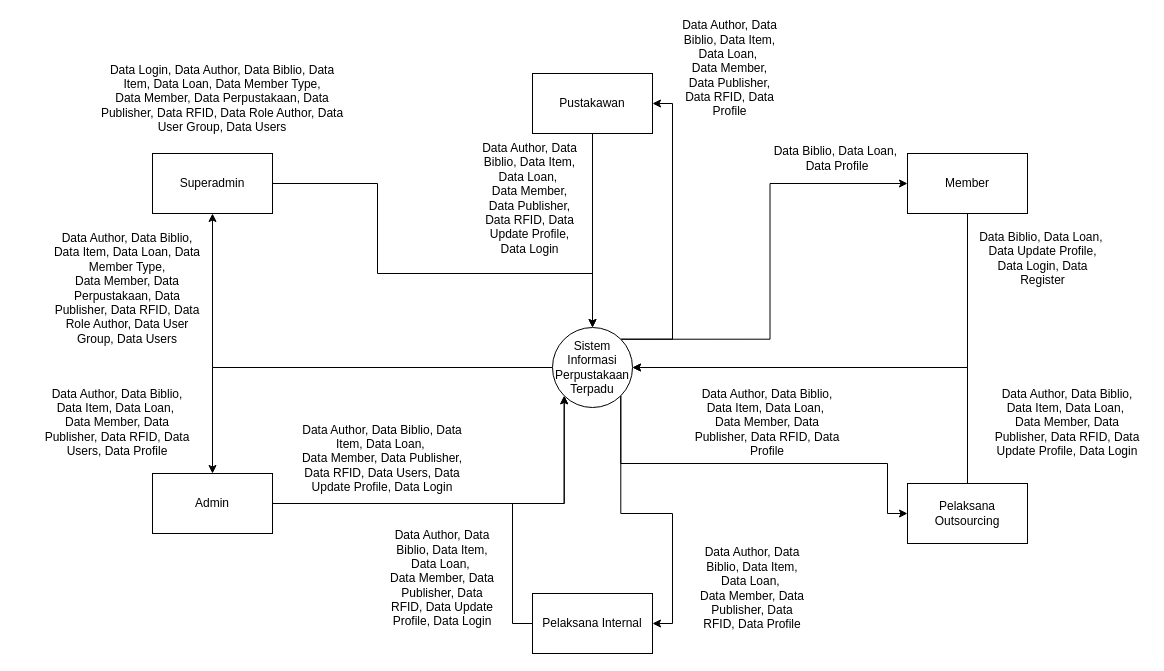
Earlier version of the draw.io diagram page "DFD Level 0" (1 of 2) of Sistem Informasi Perpustakaan Terpadu/Diagram Tanpa Judul.drawio (umarshd/dfd-skripsi). Source tidied: cells renumbered, new cells numbered last; positions are measured from the earlier drawing's top-left corner, leaving out a move shared by most shapes. Both pictures are drawn from the tidied source at 100%, with x=0, y=0 at pixel (37, 53).
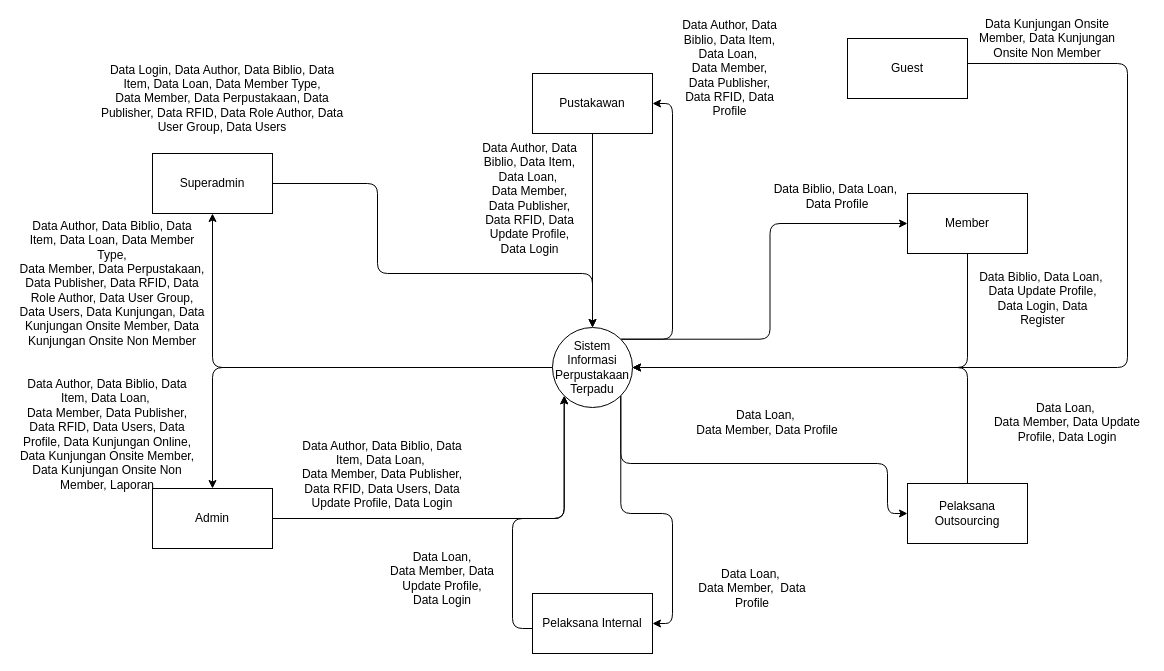
The same diagram, later.

The change refers to these unchanged cells:
```xml
<mxCell id="8" value="Sistem Informasi Perpustakaan Terpadu" style="ellipse;whiteSpace=wrap;html=1;" parent="1" vertex="1">
  <mxGeometry x="515" y="274" width="80" height="80" as="geometry" />
</mxCell>
<mxCell id="10" value="Superadmin" style="rounded=0;whiteSpace=wrap;html=1;" parent="1" vertex="1">
  <mxGeometry x="115" y="100" width="120" height="60" as="geometry" />
</mxCell>
<mxCell id="14" value="Pustakawan" style="rounded=0;whiteSpace=wrap;html=1;" parent="1" vertex="1">
  <mxGeometry x="495" y="20" width="120" height="60" as="geometry" />
</mxCell>
<mxCell id="18" value="Pelaksana Outsourcing" style="rounded=0;whiteSpace=wrap;html=1;" parent="1" vertex="1">
  <mxGeometry x="870" y="430" width="120" height="60" as="geometry" />
</mxCell>
<mxCell id="20" value="Pelaksana Internal" style="rounded=0;whiteSpace=wrap;html=1;" parent="1" vertex="1">
  <mxGeometry x="495" y="540" width="120" height="60" as="geometry" />
</mxCell>
```

The edit, as a diff of the source:
```diff
@@
-    <mxCell id="2" style="edgeStyle=orthogonalEdgeStyle;rounded=0;jettySize=auto;html=1;entryX=0.5;entryY=1;entryDx=0;entryDy=0;" parent="1" edge="1" source="8" target="10">
+    <mxCell id="2" style="edgeStyle=orthogonalEdgeStyle;rounded=1;jettySize=auto;html=1;entryX=0.5;entryY=1;entryDx=0;entryDy=0;" parent="1" edge="1" source="8" target="10">
       <mxGeometry relative="1" as="geometry" />
     </mxCell>
-    <mxCell id="3" style="edgeStyle=orthogonalEdgeStyle;rounded=0;jettySize=auto;html=1;" parent="1" edge="1" source="8" target="12">
+    <mxCell id="3" style="edgeStyle=orthogonalEdgeStyle;rounded=1;jettySize=auto;html=1;" parent="1" edge="1" source="8" target="12">
       <mxGeometry relative="1" as="geometry" />
     </mxCell>
-    <mxCell id="4" style="edgeStyle=orthogonalEdgeStyle;rounded=0;jettySize=auto;html=1;exitX=1;exitY=0;exitDx=0;exitDy=0;entryX=1;entryY=0.5;entryDx=0;entryDy=0;" parent="1" edge="1" source="8" target="14">
+    <mxCell id="4" style="edgeStyle=orthogonalEdgeStyle;rounded=1;jettySize=auto;html=1;exitX=1;exitY=0;exitDx=0;exitDy=0;entryX=1;entryY=0.5;entryDx=0;entryDy=0;" parent="1" edge="1" source="8" target="14">
       <mxGeometry relative="1" as="geometry">
         <Array as="points">
           <mxPoint x="635" y="286" />
           <mxPoint x="635" y="50" />
         </Array>
       </mxGeometry>
     </mxCell>
-    <mxCell id="5" style="edgeStyle=orthogonalEdgeStyle;rounded=0;jettySize=auto;html=1;exitX=1;exitY=0;exitDx=0;exitDy=0;entryX=0;entryY=0.5;entryDx=0;entryDy=0;" parent="1" edge="1" source="8" target="16">
+    <mxCell id="5" style="edgeStyle=orthogonalEdgeStyle;rounded=1;jettySize=auto;html=1;exitX=1;exitY=0;exitDx=0;exitDy=0;entryX=0;entryY=0.5;entryDx=0;entryDy=0;" parent="1" edge="1" source="8" target="16">
       <mxGeometry relative="1" as="geometry" />
     </mxCell>
-    <mxCell id="6" style="edgeStyle=orthogonalEdgeStyle;rounded=0;jettySize=auto;html=1;exitX=1;exitY=1;exitDx=0;exitDy=0;entryX=0;entryY=0.5;entryDx=0;entryDy=0;" parent="1" edge="1" source="8" target="18">
+    <mxCell id="6" style="edgeStyle=orthogonalEdgeStyle;rounded=1;jettySize=auto;html=1;exitX=1;exitY=1;exitDx=0;exitDy=0;entryX=0;entryY=0.5;entryDx=0;entryDy=0;" parent="1" edge="1" source="8" target="18">
       <mxGeometry relative="1" as="geometry">
         <Array as="points">
           <mxPoint x="583" y="410" />
           <mxPoint x="850" y="410" />
           <mxPoint x="850" y="460" />
         </Array>
       </mxGeometry>
     </mxCell>
-    <mxCell id="7" style="edgeStyle=orthogonalEdgeStyle;rounded=0;jettySize=auto;html=1;exitX=1;exitY=1;exitDx=0;exitDy=0;entryX=1;entryY=0.5;entryDx=0;entryDy=0;" parent="1" edge="1" source="8" target="20">
+    <mxCell id="7" style="edgeStyle=orthogonalEdgeStyle;rounded=1;jettySize=auto;html=1;exitX=1;exitY=1;exitDx=0;exitDy=0;entryX=1;entryY=0.5;entryDx=0;entryDy=0;" parent="1" edge="1" source="8" target="20">
       <mxGeometry relative="1" as="geometry">
         <Array as="points">
           <mxPoint x="583" y="460" />
           <mxPoint x="635" y="460" />
           <mxPoint x="635" y="570" />
         </Array>
       </mxGeometry>
     </mxCell>
@@
-    <mxCell id="9" style="edgeStyle=orthogonalEdgeStyle;rounded=0;jettySize=auto;html=1;exitX=1;exitY=0.5;exitDx=0;exitDy=0;" parent="1" edge="1" source="10" target="8">
+    <mxCell id="9" style="edgeStyle=orthogonalEdgeStyle;rounded=1;jettySize=auto;html=1;exitX=1;exitY=0.5;exitDx=0;exitDy=0;" parent="1" edge="1" source="10" target="8">
       <mxGeometry relative="1" as="geometry">
         <Array as="points">
           <mxPoint x="340" y="130" />
           <mxPoint x="340" y="220" />
           <mxPoint x="555" y="220" />
         </Array>
       </mxGeometry>
     </mxCell>
@@
-    <mxCell id="11" style="edgeStyle=orthogonalEdgeStyle;rounded=0;jettySize=auto;html=1;entryX=0;entryY=1;entryDx=0;entryDy=0;" parent="1" edge="1" source="12" target="8">
+    <mxCell id="11" style="edgeStyle=orthogonalEdgeStyle;rounded=1;jettySize=auto;html=1;entryX=0;entryY=1;entryDx=0;entryDy=0;" parent="1" edge="1" source="12" target="8">
       <mxGeometry relative="1" as="geometry" />
     </mxCell>
     <mxCell id="12" value="Admin" style="rounded=0;whiteSpace=wrap;html=1;" parent="1" vertex="1">
-      <mxGeometry x="115" y="420" width="120" height="60" as="geometry" />
+      <mxGeometry x="115" y="435" width="120" height="60" as="geometry" />
     </mxCell>
-    <mxCell id="13" style="edgeStyle=orthogonalEdgeStyle;rounded=0;jettySize=auto;html=1;" parent="1" edge="1" source="14" target="8">
+    <mxCell id="13" style="edgeStyle=orthogonalEdgeStyle;rounded=1;jettySize=auto;html=1;" parent="1" edge="1" source="14" target="8">
       <mxGeometry relative="1" as="geometry" />
     </mxCell>
@@
-    <mxCell id="15" style="edgeStyle=orthogonalEdgeStyle;rounded=0;jettySize=auto;html=1;entryX=1;entryY=0.5;entryDx=0;entryDy=0;" parent="1" edge="1" source="16" target="8">
+    <mxCell id="15" style="edgeStyle=orthogonalEdgeStyle;rounded=1;jettySize=auto;html=1;entryX=1;entryY=0.5;entryDx=0;entryDy=0;" parent="1" edge="1" source="16" target="8">
       <mxGeometry relative="1" as="geometry">
         <Array as="points">
           <mxPoint x="930" y="314" />
         </Array>
       </mxGeometry>
     </mxCell>
     <mxCell id="16" value="Member" style="rounded=0;whiteSpace=wrap;html=1;" parent="1" vertex="1">
-      <mxGeometry x="870" y="100" width="120" height="60" as="geometry" />
+      <mxGeometry x="870" y="140" width="120" height="60" as="geometry" />
     </mxCell>
-    <mxCell id="17" style="edgeStyle=orthogonalEdgeStyle;rounded=0;jettySize=auto;html=1;entryX=1;entryY=0.5;entryDx=0;entryDy=0;" parent="1" edge="1" source="18" target="8">
+    <mxCell id="17" style="edgeStyle=orthogonalEdgeStyle;rounded=1;jettySize=auto;html=1;entryX=1;entryY=0.5;entryDx=0;entryDy=0;" parent="1" edge="1" source="18" target="8">
       <mxGeometry relative="1" as="geometry">
         <Array as="points">
           <mxPoint x="930" y="314" />
         </Array>
       </mxGeometry>
     </mxCell>
@@
-    <mxCell id="19" style="edgeStyle=orthogonalEdgeStyle;rounded=0;jettySize=auto;html=1;entryX=0;entryY=1;entryDx=0;entryDy=0;exitX=0;exitY=0.5;exitDx=0;exitDy=0;" parent="1" edge="1" source="20" target="8">
+    <mxCell id="19" style="edgeStyle=orthogonalEdgeStyle;rounded=1;jettySize=auto;html=1;entryX=0;entryY=1;entryDx=0;entryDy=0;exitX=0;exitY=0.5;exitDx=0;exitDy=0;" parent="1" edge="1" target="8">
       <mxGeometry relative="1" as="geometry">
+        <mxPoint x="495" y="575" as="sourcePoint" />
         <Array as="points">
-          <mxPoint x="475" y="570" />
-          <mxPoint x="475" y="450" />
-          <mxPoint x="527" y="450" />
+          <mxPoint x="475" y="575" />
+          <mxPoint x="475" y="465" />
+          <mxPoint x="527" y="465" />
         </Array>
       </mxGeometry>
     </mxCell>
@@
     <mxCell id="22" value="Data Author, Data Biblio, Data Item, Data Loan,&amp;nbsp;&lt;br&gt;Data Member, Data Publisher, Data RFID, Data Users, Data Update Profile, Data Login" style="text;html=1;strokeColor=none;fillColor=none;align=center;verticalAlign=middle;whiteSpace=wrap;rounded=0;" parent="1" vertex="1">
-      <mxGeometry x="250" y="390" width="190" height="30" as="geometry" />
+      <mxGeometry x="250" y="406" width="190" height="30" as="geometry" />
     </mxCell>
@@
-    <mxCell id="24" value="Data Author, Data Biblio, Data Item, Data Loan,&amp;nbsp;&lt;br&gt;Data Member, Data Publisher, Data RFID, Data Update Profile, Data Login" style="text;html=1;strokeColor=none;fillColor=none;align=center;verticalAlign=middle;whiteSpace=wrap;rounded=0;" parent="1" vertex="1">
+    <mxCell id="24" value="Data Loan,&amp;nbsp;&lt;br&gt;Data Member, Data Update Profile, Data Login" style="text;html=1;strokeColor=none;fillColor=none;align=center;verticalAlign=middle;whiteSpace=wrap;rounded=0;" parent="1" vertex="1">
       <mxGeometry x="950" y="354" width="160" height="30" as="geometry" />
     </mxCell>
-    <mxCell id="25" value="Data Author, Data Biblio, Data Item, Data Loan,&amp;nbsp;&lt;br&gt;Data Member, Data Publisher, Data RFID, Data Update Profile, Data Login" style="text;html=1;strokeColor=none;fillColor=none;align=center;verticalAlign=middle;whiteSpace=wrap;rounded=0;" parent="1" vertex="1">
+    <mxCell id="25" value="&amp;nbsp;Data Loan,&amp;nbsp;&lt;br&gt;Data Member, Data Update Profile, Data Login" style="text;html=1;strokeColor=none;fillColor=none;align=center;verticalAlign=middle;whiteSpace=wrap;rounded=0;" parent="1" vertex="1">
       <mxGeometry x="350" y="510" width="110" height="30" as="geometry" />
     </mxCell>
     <mxCell id="26" value="Data Biblio, Data Loan,&amp;nbsp;&lt;br&gt;Data Update Profile, Data Login, Data Register" style="text;html=1;strokeColor=none;fillColor=none;align=center;verticalAlign=middle;whiteSpace=wrap;rounded=0;" parent="1" vertex="1">
-      <mxGeometry x="940" y="190" width="131" height="30" as="geometry" />
+      <mxGeometry x="940" y="230" width="131" height="30" as="geometry" />
     </mxCell>
     <mxCell id="27" value="Data Biblio, Data Loan,&amp;nbsp;&lt;br&gt;Data Profile" style="text;html=1;strokeColor=none;fillColor=none;align=center;verticalAlign=middle;whiteSpace=wrap;rounded=0;" parent="1" vertex="1">
-      <mxGeometry x="730" y="90" width="140" height="30" as="geometry" />
+      <mxGeometry x="730" y="128" width="140" height="30" as="geometry" />
     </mxCell>
-    <mxCell id="28" value="Data Author, Data Biblio, Data Item, Data Loan, Data Member Type,&lt;br&gt;Data Member, Data Perpustakaan, Data Publisher, Data RFID, Data Role Author, Data User Group, Data Users" style="text;html=1;strokeColor=none;fillColor=none;align=center;verticalAlign=middle;whiteSpace=wrap;rounded=0;" parent="1" vertex="1">
-      <mxGeometry x="10" y="220" width="160" height="30" as="geometry" />
+    <mxCell id="28" value="Data Author, Data Biblio, Data Item, Data Loan, Data Member Type,&lt;br&gt;Data Member, Data Perpustakaan, Data Publisher, Data RFID, Data Role Author, Data User Group, Data Users, Data Kunjungan, Data Kunjungan Onsite Member, Data Kunjungan Onsite Non Member" style="text;html=1;strokeColor=none;fillColor=none;align=center;verticalAlign=middle;whiteSpace=wrap;rounded=0;" parent="1" vertex="1">
+      <mxGeometry x="-20" y="215" width="190" height="30" as="geometry" />
     </mxCell>
-    <mxCell id="29" value="Data Author, Data Biblio, Data Item, Data Loan,&amp;nbsp;&lt;br&gt;Data Member, Data Publisher, Data RFID, Data Users, Data Profile" style="text;html=1;strokeColor=none;fillColor=none;align=center;verticalAlign=middle;whiteSpace=wrap;rounded=0;" parent="1" vertex="1">
-      <mxGeometry y="354" width="160" height="30" as="geometry" />
+    <mxCell id="29" value="Data Author, Data Biblio, Data Item, Data Loan,&amp;nbsp;&lt;br&gt;Data Member, Data Publisher, Data RFID, Data Users, Data Profile, Data Kunjungan Online, Data Kunjungan Onsite Member, Data Kunjungan Onsite Non Member, Laporan" style="text;html=1;strokeColor=none;fillColor=none;align=center;verticalAlign=middle;whiteSpace=wrap;rounded=0;" parent="1" vertex="1">
+      <mxGeometry x="-20" y="366" width="180" height="30" as="geometry" />
     </mxCell>
-    <mxCell id="30" value="Data Author, Data Biblio, Data Item, Data Loan,&amp;nbsp;&lt;br&gt;Data Member, Data Publisher, Data RFID, Data Profile" style="text;html=1;strokeColor=none;fillColor=none;align=center;verticalAlign=middle;whiteSpace=wrap;rounded=0;" parent="1" vertex="1">
+    <mxCell id="30" value="Data Loan,&amp;nbsp;&lt;br&gt;Data Member,&amp;nbsp; Data Profile" style="text;html=1;strokeColor=none;fillColor=none;align=center;verticalAlign=middle;whiteSpace=wrap;rounded=0;" parent="1" vertex="1">
       <mxGeometry x="660" y="520" width="110" height="30" as="geometry" />
     </mxCell>
-    <mxCell id="31" value="Data Author, Data Biblio, Data Item, Data Loan,&amp;nbsp;&lt;br&gt;Data Member, Data Publisher, Data RFID, Data Profile" style="text;html=1;strokeColor=none;fillColor=none;align=center;verticalAlign=middle;whiteSpace=wrap;rounded=0;" parent="1" vertex="1">
+    <mxCell id="31" value="Data Loan,&amp;nbsp;&lt;br&gt;Data Member, Data Profile" style="text;html=1;strokeColor=none;fillColor=none;align=center;verticalAlign=middle;whiteSpace=wrap;rounded=0;" parent="1" vertex="1">
       <mxGeometry x="650" y="354" width="160" height="30" as="geometry" />
     </mxCell>
@@
+    <mxCell id="33" style="edgeStyle=orthogonalEdgeStyle;shape=connector;rounded=1;jumpStyle=arc;jumpSize=9;jettySize=auto;html=1;entryX=1;entryY=0.5;entryDx=0;entryDy=0;labelBackgroundColor=default;strokeColor=default;fontFamily=Helvetica;fontSize=11;fontColor=default;endArrow=classic;" parent="1" edge="1" source="34" target="8">
+      <mxGeometry relative="1" as="geometry">
+        <Array as="points">
+          <mxPoint x="1090" y="10" />
+          <mxPoint x="1090" y="314" />
+        </Array>
+      </mxGeometry>
+    </mxCell>
+    <mxCell id="34" value="Guest" style="rounded=0;whiteSpace=wrap;html=1;" parent="1" vertex="1">
+      <mxGeometry x="810" y="-15" width="120" height="60" as="geometry" />
+    </mxCell>
+    <mxCell id="35" value="Data Kunjungan Onsite Member, Data Kunjungan Onsite Non Member" style="text;html=1;strokeColor=none;fillColor=none;align=center;verticalAlign=middle;whiteSpace=wrap;rounded=0;" parent="1" vertex="1">
+      <mxGeometry x="940" y="-30" width="140" height="30" as="geometry" />
+    </mxCell>
```
